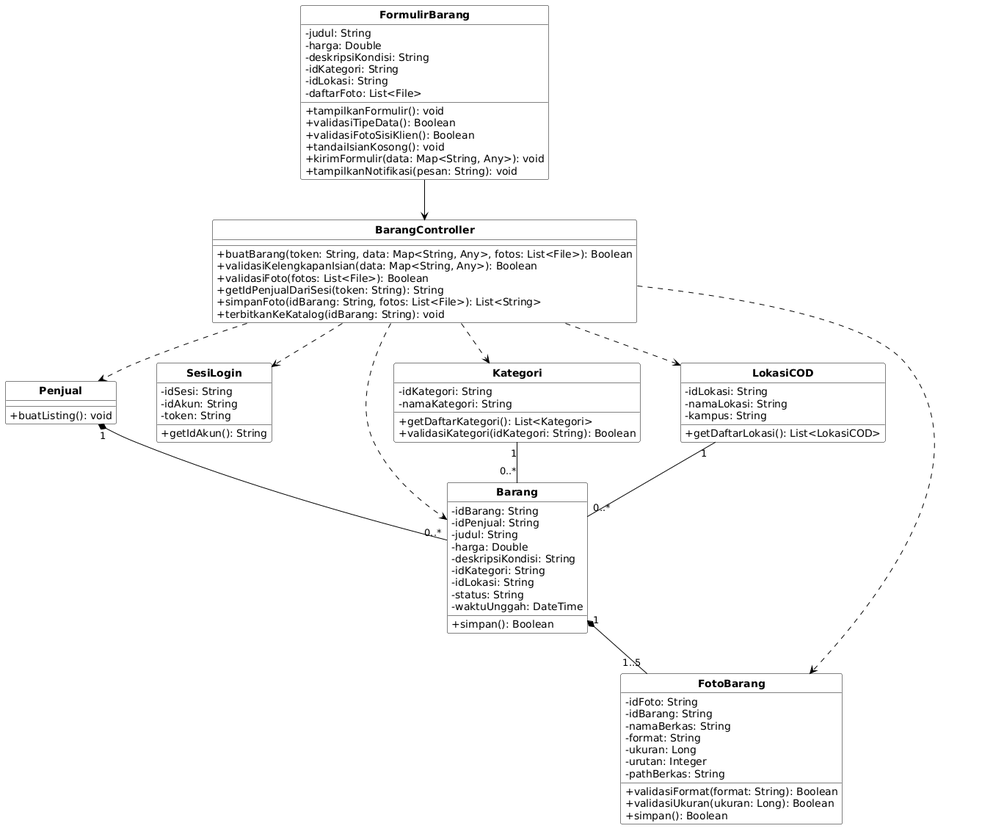
This is docs/M7/assets/diagram/Diagram_Kelas_UC07.png from ghaniyul/IF2150-RPL-K01-G02, a PlantUML export, as it was before one commit. Source of this version:
```plantuml
@startuml
skinparam monochrome true
skinparam shadowing false
skinparam defaultFontName Arial
skinparam classAttributeIconSize 0
skinparam classFontStyle bold
skinparam classBorderColor #000000
skinparam classBackgroundColor #FFFFFF
skinparam arrowColor #000000
skinparam nodesep 55
skinparam ranksep 55

hide circle
hide stereotype

class "FormulirBarang" as C04 {
  - judul: String
  - harga: Double
  - deskripsiKondisi: String
  - idKategori: String
  - idLokasi: String
  - daftarFoto: List<File>
  + tampilkanFormulir(): void
  + validasiTipeData(): Boolean
  + validasiFotoSisiKlien(): Boolean
  + tandaiIsianKosong(): void
  + kirimFormulir(data: Map<String, Any>): void
  + tampilkanNotifikasi(pesan: String): void
}

class "BarangController" as C14 {
  + buatBarang(token: String, data: Map<String, Any>, fotos: List<File>): Boolean
  + validasiKelengkapanIsian(data: Map<String, Any>): Boolean
  + validasiFoto(fotos: List<File>): Boolean
  + getIdPenjualDariSesi(token: String): String
  + simpanFoto(idBarang: String, fotos: List<File>): List<String>
  + terbitkanKeKatalog(idBarang: String): void
}

class "Penjual" as C25 {
  + buatListing(): void
}

class "SesiLogin" as C28 {
  - idSesi: String
  - idAkun: String
  - token: String
  + getIdAkun(): String
}

class "Barang" as C29 {
  - idBarang: String
  - idPenjual: String
  - judul: String
  - harga: Double
  - deskripsiKondisi: String
  - idKategori: String
  - idLokasi: String
  - status: String
  - waktuUnggah: DateTime
  + simpan(): Boolean
}

class "FotoBarang" as C30 {
  - idFoto: String
  - idBarang: String
  - namaBerkas: String
  - format: String
  - ukuran: Long
  - urutan: Integer
  - pathBerkas: String
  + validasiFormat(format: String): Boolean
  + validasiUkuran(ukuran: Long): Boolean
  + simpan(): Boolean
}

class "Kategori" as C31 {
  - idKategori: String
  - namaKategori: String
  + getDaftarKategori(): List<Kategori>
  + validasiKategori(idKategori: String): Boolean
}

class "LokasiCOD" as C32 {
  - idLokasi: String
  - namaLokasi: String
  - kampus: String
  + getDaftarLokasi(): List<LokasiCOD>
}

C04 --> C14
C14 ..> C25
C14 ..> C28
C14 ..> C29
C14 ..> C30
C14 ..> C31
C14 ..> C32

C25 "1" *-- "0..*" C29
C29 "1" *-- "1..5" C30
C31 "1" -- "0..*" C29
C32 "1" -- "0..*" C29
@enduml
```
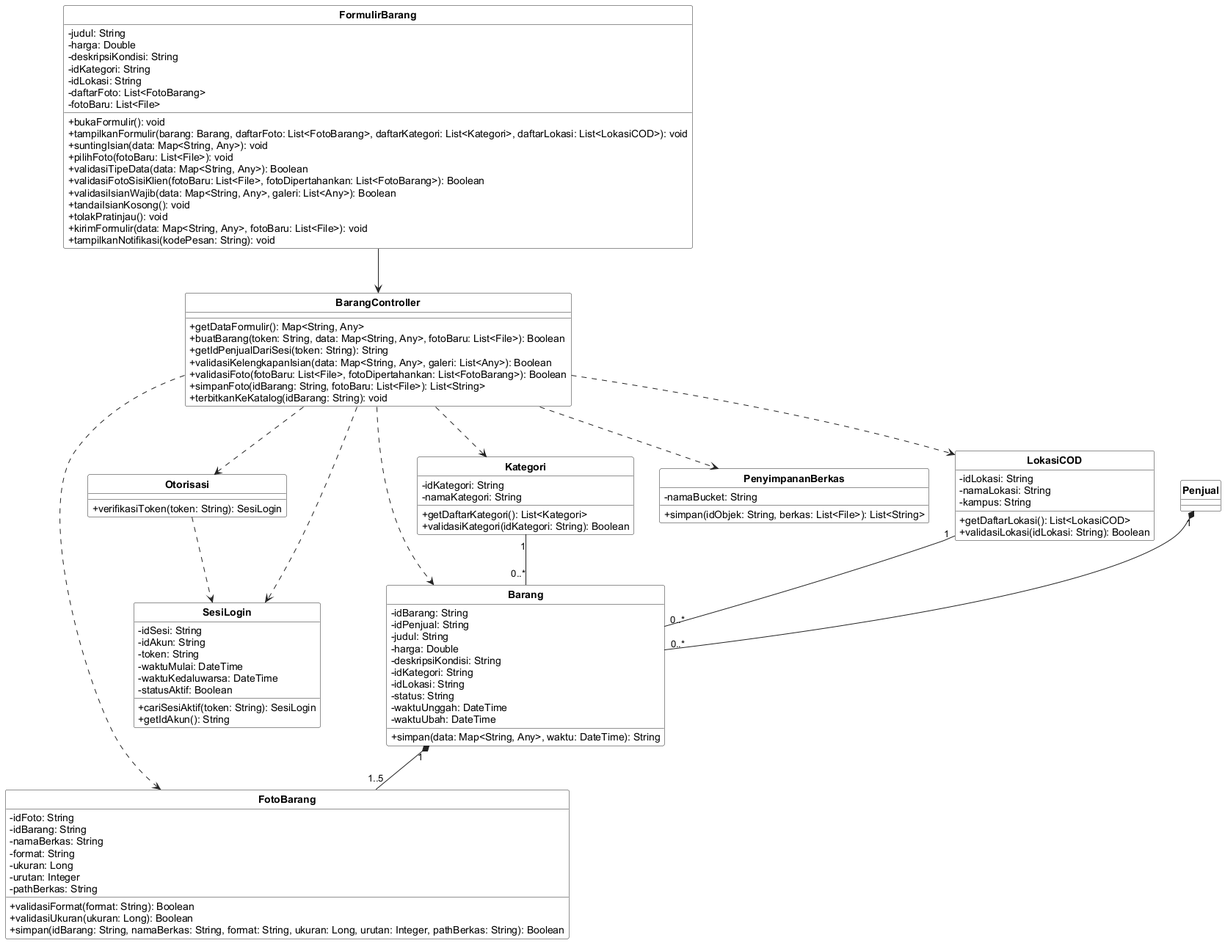
Later version of the same file.

The edit, as a diff of the source:
```diff
@@ -1,17 +1,16 @@
 @startuml
-skinparam monochrome true
 skinparam shadowing false
+skinparam classAttributeIconSize 0
+skinparam classBackgroundColor #FFFFFF
+skinparam classBorderColor #222222
+skinparam arrowColor #222222
+skinparam packageBorderColor #888888
 skinparam defaultFontName Arial
-skinparam classAttributeIconSize 0
 skinparam classFontStyle bold
-skinparam classBorderColor #000000
-skinparam classBackgroundColor #FFFFFF
-skinparam arrowColor #000000
-skinparam nodesep 55
-skinparam ranksep 55
-
+skinparam stereotypeFontSize 10
 hide circle
 hide stereotype
+
 
 class "FormulirBarang" as C04 {
   - judul: String
@@ -19,35 +18,41 @@
   - deskripsiKondisi: String
   - idKategori: String
   - idLokasi: String
-  - daftarFoto: List<File>
-  + tampilkanFormulir(): void
-  + validasiTipeData(): Boolean
-  + validasiFotoSisiKlien(): Boolean
+  - daftarFoto: List<FotoBarang>
+  - fotoBaru: List<File>
+  + bukaFormulir(): void
+  + tampilkanFormulir(barang: Barang, daftarFoto: List<FotoBarang>, daftarKategori: List<Kategori>, daftarLokasi: List<LokasiCOD>): void
+  + suntingIsian(data: Map<String, Any>): void
+  + pilihFoto(fotoBaru: List<File>): void
+  + validasiTipeData(data: Map<String, Any>): Boolean
+  + validasiFotoSisiKlien(fotoBaru: List<File>, fotoDipertahankan: List<FotoBarang>): Boolean
+  + validasiIsianWajib(data: Map<String, Any>, galeri: List<Any>): Boolean
   + tandaiIsianKosong(): void
-  + kirimFormulir(data: Map<String, Any>): void
-  + tampilkanNotifikasi(pesan: String): void
+  + tolakPratinjau(): void
+  + kirimFormulir(data: Map<String, Any>, fotoBaru: List<File>): void
+  + tampilkanNotifikasi(kodePesan: String): void
 }
-
 class "BarangController" as C14 {
-  + buatBarang(token: String, data: Map<String, Any>, fotos: List<File>): Boolean
-  + validasiKelengkapanIsian(data: Map<String, Any>): Boolean
-  + validasiFoto(fotos: List<File>): Boolean
+  + getDataFormulir(): Map<String, Any>
+  + buatBarang(token: String, data: Map<String, Any>, fotoBaru: List<File>): Boolean
   + getIdPenjualDariSesi(token: String): String
-  + simpanFoto(idBarang: String, fotos: List<File>): List<String>
+  + validasiKelengkapanIsian(data: Map<String, Any>, galeri: List<Any>): Boolean
+  + validasiFoto(fotoBaru: List<File>, fotoDipertahankan: List<FotoBarang>): Boolean
+  + simpanFoto(idBarang: String, fotoBaru: List<File>): List<String>
   + terbitkanKeKatalog(idBarang: String): void
 }
-
 class "Penjual" as C25 {
-  + buatListing(): void
 }
-
 class "SesiLogin" as C28 {
   - idSesi: String
   - idAkun: String
   - token: String
+  - waktuMulai: DateTime
+  - waktuKedaluwarsa: DateTime
+  - statusAktif: Boolean
+  + cariSesiAktif(token: String): SesiLogin
   + getIdAkun(): String
 }
-
 class "Barang" as C29 {
   - idBarang: String
   - idPenjual: String
@@ -58,9 +63,9 @@
   - idLokasi: String
   - status: String
   - waktuUnggah: DateTime
-  + simpan(): Boolean
+  - waktuUbah: DateTime
+  + simpan(data: Map<String, Any>, waktu: DateTime): String
 }
-
 class "FotoBarang" as C30 {
   - idFoto: String
   - idBarang: String
@@ -71,31 +76,37 @@
   - pathBerkas: String
   + validasiFormat(format: String): Boolean
   + validasiUkuran(ukuran: Long): Boolean
-  + simpan(): Boolean
+  + simpan(idBarang: String, namaBerkas: String, format: String, ukuran: Long, urutan: Integer, pathBerkas: String): Boolean
 }
-
 class "Kategori" as C31 {
   - idKategori: String
   - namaKategori: String
   + getDaftarKategori(): List<Kategori>
   + validasiKategori(idKategori: String): Boolean
 }
-
 class "LokasiCOD" as C32 {
   - idLokasi: String
   - namaLokasi: String
   - kampus: String
   + getDaftarLokasi(): List<LokasiCOD>
+  + validasiLokasi(idLokasi: String): Boolean
 }
-
+class "Otorisasi" as C41 {
+  + verifikasiToken(token: String): SesiLogin
+}
+class "PenyimpananBerkas" as C45 {
+  - namaBucket: String
+  + simpan(idObjek: String, berkas: List<File>): List<String>
+}
 C04 --> C14
-C14 ..> C25
 C14 ..> C28
 C14 ..> C29
 C14 ..> C30
 C14 ..> C31
 C14 ..> C32
-
+C14 ..> C41
+C14 ..> C45
+C41 ..> C28
 C25 "1" *-- "0..*" C29
 C29 "1" *-- "1..5" C30
 C31 "1" -- "0..*" C29
```
